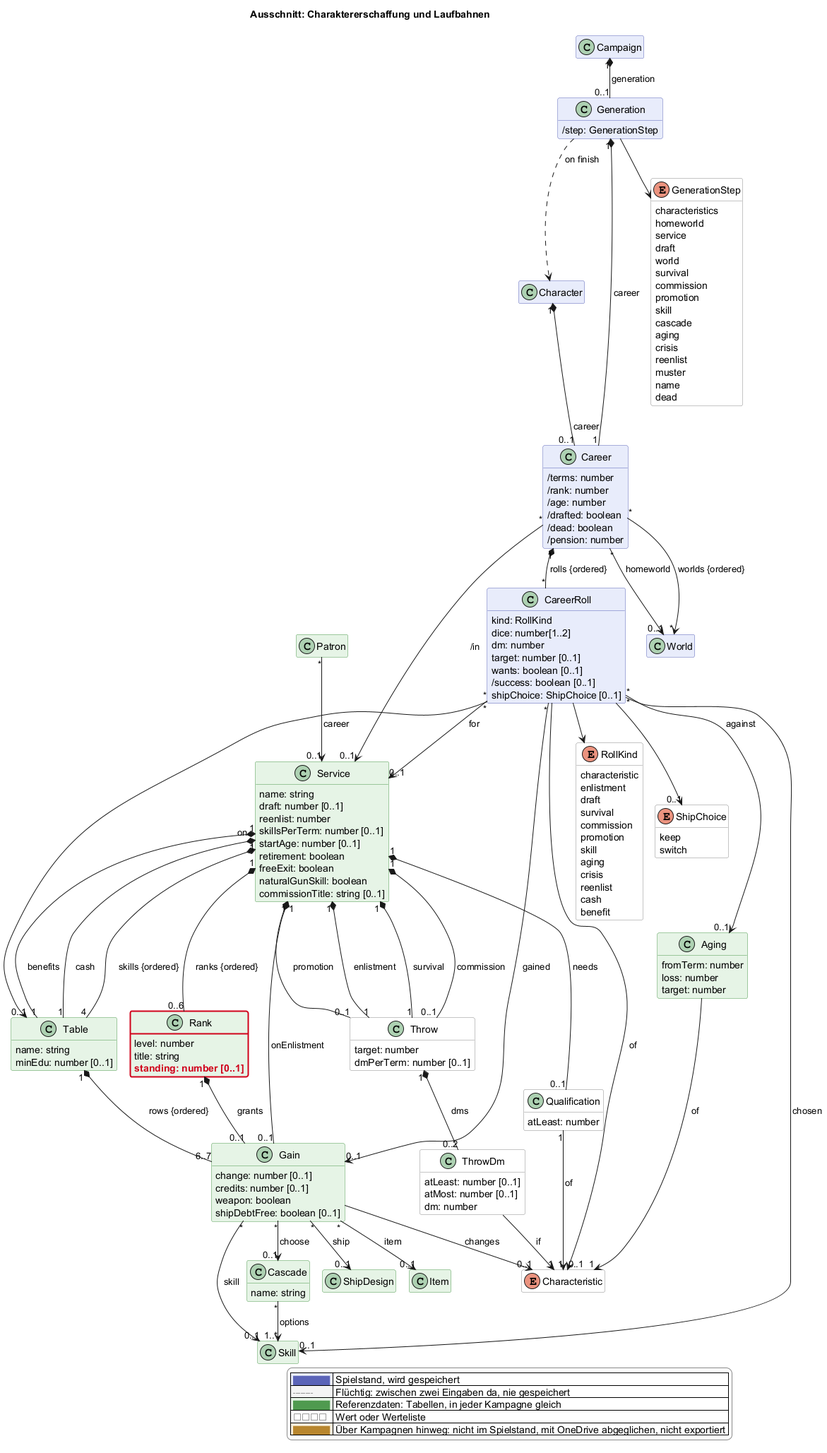
Above: docs/views/erschaffung.png in scuzzar/SRE (PlantUML), before the change. Its diagram source:
```plantuml
@startuml
!if %not(%variable_exists("$change"))
!$change = "*"
!endif
!function $marked($c)
!return $change == "*" || $change == $c
!endfunction
!function $new($c, $t)
!if $marked($c)
!return "<color:#d0021b><b>" + $t + "</b></color>"
!endif
!return $t
!endfunction
!procedure $gone($c, $t)
!if $marked($c)
<color:#d0021b><s>$t</s></color>
!endif
!endprocedure
!function $newClass($c)
!if $marked($c)
!return "#line:d0021b;line.bold"
!endif
!return ""
!endfunction
!function $newArrow($c)
!if $marked($c)
!return "[#d0021b,bold]"
!endif
!return ""
!endfunction
!function $goneArrow($c)
!if $marked($c)
!return "[#d0021b,dashed]"
!endif
!return ""
!endfunction
!pragma layout smetana
title Ausschnitt: Charaktererschaffung und Laufbahnen
hide empty members
hide methods
skinparam classAttributeIconSize 0
skinparam shadowing false
skinparam packageStyle rectangle
skinparam class {
  BackgroundColor #e8ecfb
  BorderColor #5b64b8
  BackgroundColor<<transient>> #f4f4f4
  BorderColor<<transient>> #8a8a8a
  BackgroundColor<<reference>> #e6f4e6
  BorderColor<<reference>> #4f9a4f
  BackgroundColor<<value>> #ffffff
  BorderColor<<value>> #8a8a8a
  BackgroundColor<<browser>> #fdf1dc
  BorderColor<<browser>> #b8862e
}
skinparam legendBackgroundColor #ffffff
skinparam legendBorderColor #8a8a8a
<style>
classDiagram {
  class {
    .transient {
      LineStyle 5-3
    }
  }
}
</style>
hide <<transient>> stereotype
hide <<reference>> stereotype
hide <<value>> stereotype
hide <<browser>> stereotype

  class Campaign $kampagne
  class Character $charakter

  class ShipDesign <<reference>> $schiffe


  class Generation $erschaffung {
    /step: GenerationStep
  }
  class Career $erschaffung {
    /terms: number
    /rank: number
    /age: number
    /drafted: boolean
    /dead: boolean
    /pension: number
  }
  class CareerRoll $erschaffung {
    kind: RollKind
    dice: number[1..2]
    dm: number
    target: number [0..1]
    wants: boolean [0..1]
    /success: boolean [0..1]
    shipChoice: ShipChoice [0..1]
  }

  class World $sektor




  class Patron <<reference>> $begegnung

  class Skill <<reference>> $charakter
  class Service <<reference>> $erschaffung {
    name: string
    draft: number [0..1]
    reenlist: number
    skillsPerTerm: number [0..1]
    startAge: number [0..1]
    retirement: boolean
    freeExit: boolean
    naturalGunSkill: boolean
    commissionTitle: string [0..1]
  }
  class Throw <<value>> $erschaffung {
    target: number
    dmPerTerm: number [0..1]
  }
  class ThrowDm <<value>> $erschaffung {
    atLeast: number [0..1]
    atMost: number [0..1]
    dm: number
  }
  class Qualification <<value>> $erschaffung {
    atLeast: number
  }
  class Rank <<reference>> $erschaffung {
    level: number
    title: string
    $new("2026-11-24d", "standing: number [0..1]")
  }
  class Table <<reference>> $erschaffung {
    name: string
    minEdu: number [0..1]
  }
  class Gain <<reference>> $erschaffung {
    change: number [0..1]
    credits: number [0..1]
    weapon: boolean
    shipDebtFree: boolean [0..1]
  }
  class Item <<reference>> $shop
  class Cascade <<reference>> $erschaffung {
    name: string
  }
  class Aging <<reference>> $erschaffung {
    fromTerm: number
    loss: number
    target: number
  }
  enum RollKind <<value>> $erschaffung {
    characteristic
    enlistment
    draft
    survival
    commission
    promotion
    skill
    aging
    crisis
    reenlist
    cash
    benefit
  }
  enum ShipChoice <<value>> $erschaffung {
    keep
    switch
  }
  enum GenerationStep <<value>> $erschaffung {
    characteristics
    homeworld
    service
    draft
    world
    survival
    commission
    promotion
    skill
    cascade
    aging
    crisis
    reenlist
    muster
    name
    dead
  }
  enum Characteristic <<value>> $charakter



Gain "*" --> "0..1" ShipDesign : ship


Campaign "1" *-- "0..1" Generation : generation
Generation "1" *-- "1" Career : career
Generation ..> Character : on finish
Generation --> GenerationStep
Character "1" *-- "0..1" Career : career
Career "1" *-- "*" CareerRoll : rolls {ordered}
Career "*" --> "0..1" Service : /in
Career "*" --> "0..1" World : homeworld
Career "*" --> "*" World : worlds {ordered}
CareerRoll --> RollKind
CareerRoll --> "0..1" ShipChoice
CareerRoll --> "0..1" Characteristic : of
CareerRoll "*" --> "0..1" Service : for
CareerRoll "*" --> "0..1" Table : on
CareerRoll "*" --> "0..1" Gain : gained
CareerRoll "*" --> "0..1" Skill : chosen
CareerRoll "*" --> "0..1" Aging : against

Service "1" *-- "1" Throw : enlistment
Service "1" *-- "1" Throw : survival
Service "1" *-- "0..1" Throw : commission
Service "1" *-- "0..1" Throw : promotion
Throw "1" *-- "0..2" ThrowDm : dms
ThrowDm --> "1" Characteristic : if
Service "1" *-- "0..6" Rank : ranks {ordered}
Service "1" *-- "4" Table : skills {ordered}
Service "1" *-- "1" Table : benefits
Service "1" *-- "1" Table : cash
Service "1" *-- "0..1" Gain : onEnlistment
  Service "1" *-- "0..1" Qualification : needs
  Qualification "1" --> "1" Characteristic : of
Rank "1" *-- "0..1" Gain : grants
Table "1" *-- "6..7" Gain : rows {ordered}
Gain "*" --> "0..1" Skill : skill
Gain "*" --> "0..1" Cascade : choose
Gain "*" --> "0..1" Item : item
Gain --> "0..1" Characteristic : changes
Cascade "*" --> "1..*" Skill : options
Aging --> "1" Characteristic : of




Patron "*" --> "0..1" Service : career






legend right
  |<#e8ecfb> <color:#5b64b8>████</color> | Spielstand, wird gespeichert |
  |<#f4f4f4> <color:#8a8a8a>╌╌╌╌</color> | Flüchtig: zwischen zwei Eingaben da, nie gespeichert |
  |<#e6f4e6> <color:#4f9a4f>████</color> | Referenzdaten: Tabellen, in jeder Kampagne gleich |
  |<#ffffff> <color:#8a8a8a>□□□□</color> | Wert oder Werteliste |
  |<#fdf1dc> <color:#b8862e>████</color> | Über Kampagnen hinweg: nicht im Spielstand, mit OneDrive abgeglichen, nicht exportiert |
endlegend
class Rank #line:d0021b;line.bold
@enduml
```
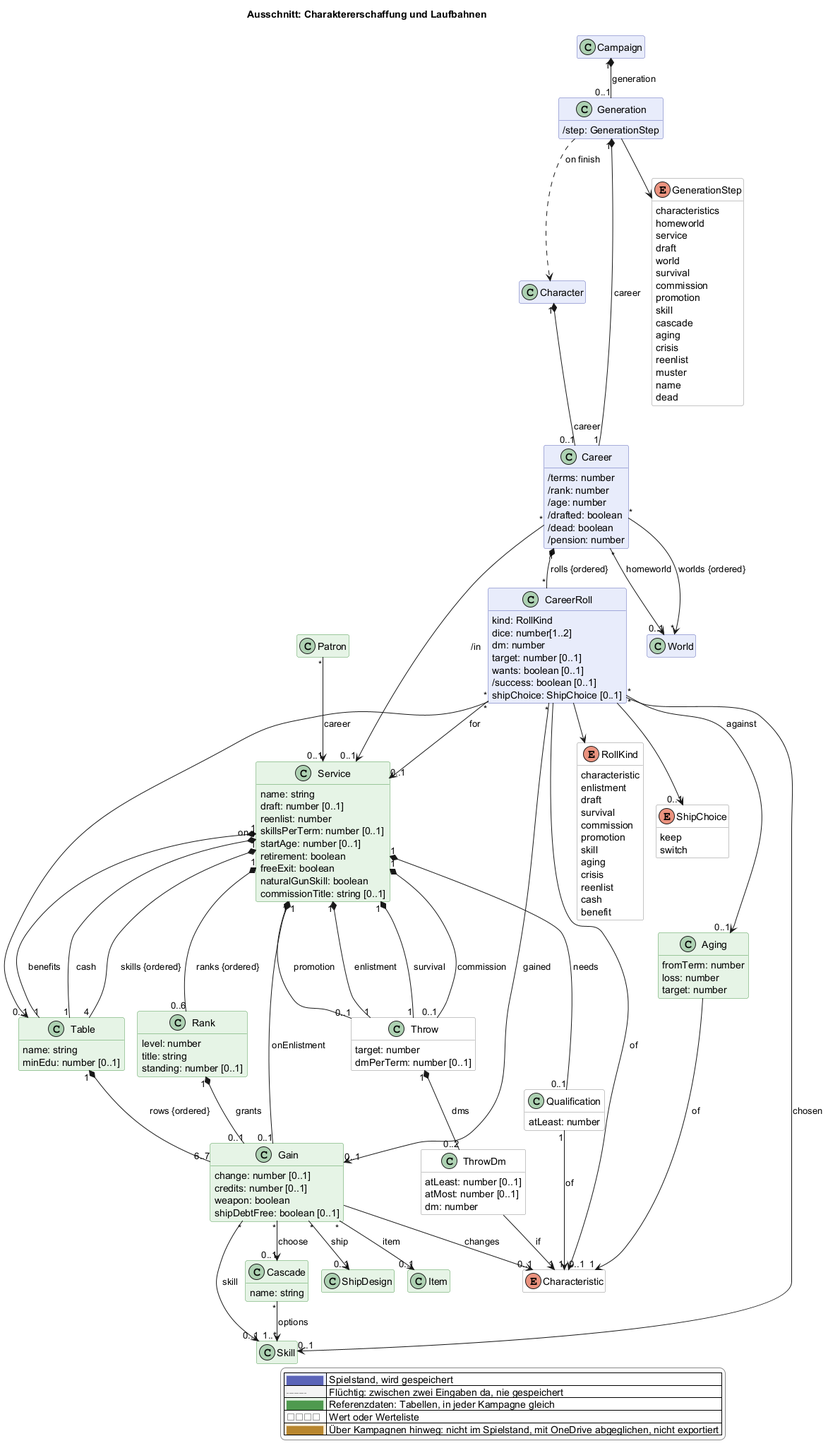
After the change.

Diff of the diagram source:
```diff
@@ -130,7 +130,7 @@
   class Rank <<reference>> $erschaffung {
     level: number
     title: string
-    $new("2026-11-24d", "standing: number [0..1]")
+    standing: number [0..1]
   }
   class Table <<reference>> $erschaffung {
     name: string
@@ -251,5 +251,4 @@
   |<#ffffff> <color:#8a8a8a>□□□□</color> | Wert oder Werteliste |
   |<#fdf1dc> <color:#b8862e>████</color> | Über Kampagnen hinweg: nicht im Spielstand, mit OneDrive abgeglichen, nicht exportiert |
 endlegend
-class Rank #line:d0021b;line.bold
 @enduml
```
